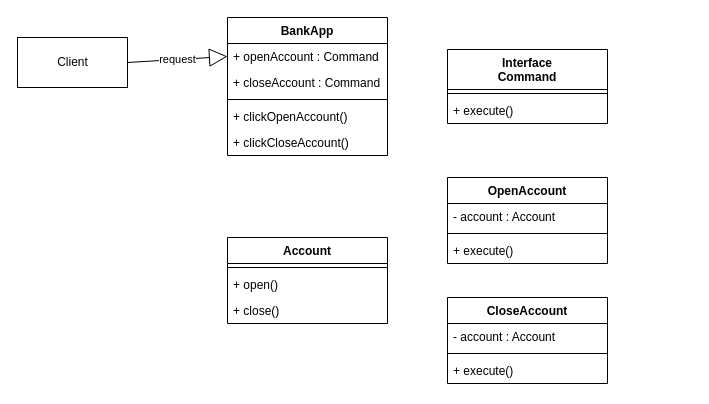
Above: page "Page-1" (1 of 5) of Command Pattern/Untitled Diagram.drawio in nguyenphuc22/Design-Patterns (draw.io), before the change. Source tidied: cells renumbered, new cells numbered last; positions are measured from the earlier drawing's top-left corner, leaving out a move shared by most shapes. Both pictures are drawn from the tidied source at 100%, with x=0, y=0 at pixel (17, 17).
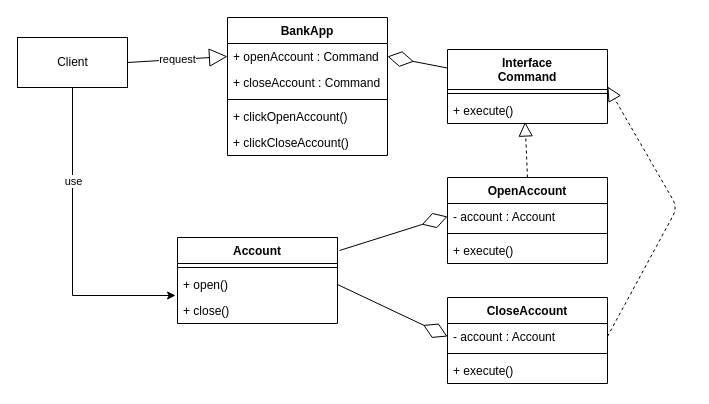
Above is the later version.

The change refers to these unchanged cells:
```xml
<mxCell id="2" value="&lt;div&gt;Client&lt;/div&gt;" style="html=1;" parent="1" vertex="1">
  <mxGeometry y="20" width="110" height="50" as="geometry" />
</mxCell>
<mxCell id="4" value="+ openAccount : Command" style="text;strokeColor=none;fillColor=none;align=left;verticalAlign=top;spacingLeft=4;spacingRight=4;overflow=hidden;points=[[0,0.5],[1,0.5]];portConstraint=eastwest;" parent="3" vertex="1">
  <mxGeometry y="26" width="160" height="26" as="geometry" />
</mxCell>
<mxCell id="9" value="Interface&#10;Command&#10;" style="swimlane;fontStyle=1;align=center;verticalAlign=top;horizontal=1;startSize=40;" parent="1" vertex="1">
  <mxGeometry x="430" y="32" width="160" height="74" as="geometry" />
</mxCell>
<mxCell id="11" value="+ execute()" style="text;strokeColor=none;fillColor=none;align=left;verticalAlign=top;spacingLeft=4;spacingRight=4;overflow=hidden;points=[[0,0.5],[1,0.5]];portConstraint=eastwest;" parent="9" vertex="1">
  <mxGeometry y="48" width="160" height="26" as="geometry" />
</mxCell>
<mxCell id="12" value="OpenAccount" style="swimlane;fontStyle=1;align=center;verticalAlign=top;horizontal=1;startSize=26;" parent="1" vertex="1">
  <mxGeometry x="430" y="160" width="160" height="86" as="geometry" />
</mxCell>
<mxCell id="13" value="- account : Account" style="text;strokeColor=none;fillColor=none;align=left;verticalAlign=top;spacingLeft=4;spacingRight=4;overflow=hidden;points=[[0,0.5],[1,0.5]];portConstraint=eastwest;" parent="12" vertex="1">
  <mxGeometry y="26" width="160" height="26" as="geometry" />
</mxCell>
<mxCell id="17" value="- account : Account" style="text;strokeColor=none;fillColor=none;align=left;verticalAlign=top;spacingLeft=4;spacingRight=4;overflow=hidden;points=[[0,0.5],[1,0.5]];portConstraint=eastwest;" parent="16" vertex="1">
  <mxGeometry y="26" width="160" height="26" as="geometry" />
</mxCell>
<mxCell id="22" value="+ open()" style="text;strokeColor=none;fillColor=none;align=left;verticalAlign=top;spacingLeft=4;spacingRight=4;overflow=hidden;points=[[0,0.5],[1,0.5]];portConstraint=eastwest;" parent="20" vertex="1">
  <mxGeometry y="34" width="160" height="26" as="geometry" />
</mxCell>
<mxCell id="23" value="+ close()" style="text;strokeColor=none;fillColor=none;align=left;verticalAlign=top;spacingLeft=4;spacingRight=4;overflow=hidden;points=[[0,0.5],[1,0.5]];portConstraint=eastwest;" parent="20" vertex="1">
  <mxGeometry y="60" width="160" height="26" as="geometry" />
</mxCell>
```

The edit, as a diff of the source:
```diff
@@
+    <mxCell id="25" style="edgeStyle=orthogonalEdgeStyle;rounded=0;jettySize=auto;html=1;entryX=-0.012;entryY=-0.077;entryDx=0;entryDy=0;entryPerimeter=0;" parent="1" edge="1" source="2" target="23">
+      <mxGeometry relative="1" as="geometry" />
+    </mxCell>
+    <mxCell id="26" value="&lt;div&gt;use&lt;/div&gt;" style="edgeLabel;html=1;align=center;verticalAlign=middle;" parent="25" vertex="1">
+      <mxGeometry x="-0.4" relative="1" as="geometry" />
+    </mxCell>
@@
     <mxCell id="20" value="Account" style="swimlane;fontStyle=1;align=center;verticalAlign=top;horizontal=1;startSize=26;" parent="1" vertex="1">
-      <mxGeometry x="210" y="220" width="160" height="86" as="geometry" />
+      <mxGeometry x="160" y="220" width="160" height="86" as="geometry" />
     </mxCell>
@@
+    <mxCell id="27" style="endArrow=block;dashed=1;endFill=0;endSize=12;html=1;exitX=1;exitY=0.5;exitDx=0;exitDy=0;entryX=1;entryY=0.5;entryDx=0;entryDy=0;" parent="1" edge="1" source="17" target="9">
+      <mxGeometry relative="1" as="geometry">
+        <Array as="points">
+          <mxPoint x="660" y="190" />
+        </Array>
+      </mxGeometry>
+    </mxCell>
+    <mxCell id="28" style="endArrow=block;dashed=1;endFill=0;endSize=12;html=1;exitX=0.5;exitY=0;exitDx=0;exitDy=0;entryX=0.485;entryY=0.942;entryDx=0;entryDy=0;entryPerimeter=0;" parent="1" edge="1" source="12" target="11">
+      <mxGeometry relative="1" as="geometry" />
+    </mxCell>
+    <mxCell id="29" style="endArrow=diamondThin;endFill=0;endSize=24;html=1;entryX=1;entryY=0.5;entryDx=0;entryDy=0;exitX=0;exitY=0.25;exitDx=0;exitDy=0;" parent="1" edge="1" source="9" target="4">
+      <mxGeometry relative="1" as="geometry" />
+    </mxCell>
+    <mxCell id="30" style="endArrow=diamondThin;endFill=0;endSize=24;html=1;exitX=1.013;exitY=0.151;exitDx=0;exitDy=0;entryX=0;entryY=0.5;entryDx=0;entryDy=0;exitPerimeter=0;" parent="1" edge="1" source="20" target="13">
+      <mxGeometry relative="1" as="geometry" />
+    </mxCell>
+    <mxCell id="31" style="endArrow=diamondThin;endFill=0;endSize=24;html=1;exitX=1;exitY=0.5;exitDx=0;exitDy=0;entryX=0;entryY=0.5;entryDx=0;entryDy=0;" parent="1" edge="1" source="22" target="17">
+      <mxGeometry relative="1" as="geometry" />
+    </mxCell>
```
